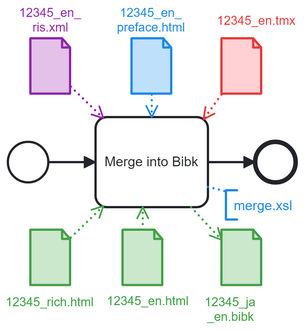
Earlier version of the BPMN export 4-Merge.png (japotrad/blue-sora). Its source is kept beside it as 4-Merge.bpmn. Ids are renumbered.
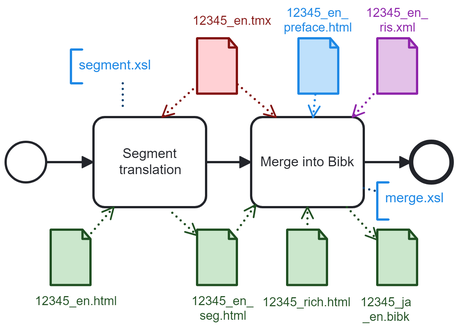
The same diagram one commit later.

Commit message:
In stage 4, add a task to segment the translation. Improve the main README and BPMN diagrams.

What changed in the source:
```diff
@@ -1,7 +1,8 @@
-<bpmn:definitions xmlns:bpmn="http://www.omg.org/spec/BPMN/20100524/MODEL" xmlns:bpmndi="http://www.omg.org/spec/BPMN/20100524/DI" xmlns:dc="http://www.omg.org/spec/DD/20100524/DC" xmlns:bioc="http://bpmn.io/schema/bpmn/biocolor/1.0" xmlns:color="http://www.omg.org/spec/BPMN/non-normative/color/1.0" xmlns:di="http://www.omg.org/spec/DD/20100524/DI" xmlns:modeler="http://camunda.org/schema/modeler/1.0" id="Definitions_n1" targetNamespace="http://bpmn.io/schema/bpmn" exporter="Camunda Modeler" exporterVersion="5.33.1" modeler:executionPlatform="Camunda Cloud" modeler:executionPlatformVersion="8.2.0">
+<bpmn:definitions xmlns:bpmn="http://www.omg.org/spec/BPMN/20100524/MODEL" xmlns:bpmndi="http://www.omg.org/spec/BPMN/20100524/DI" xmlns:dc="http://www.omg.org/spec/DD/20100524/DC" xmlns:bioc="http://bpmn.io/schema/bpmn/biocolor/1.0" xmlns:color="http://www.omg.org/spec/BPMN/non-normative/color/1.0" xmlns:di="http://www.omg.org/spec/DD/20100524/DI" xmlns:modeler="http://camunda.org/schema/modeler/1.0" id="Definitions_n1" targetNamespace="http://bpmn.io/schema/bpmn" exporter="Camunda Modeler" exporterVersion="5.34.0" modeler:executionPlatform="Camunda Cloud" modeler:executionPlatformVersion="8.2.0">
   <bpmn:process id="buildDbk" name="buildDbk" isExecutable="true">
     <bpmn:dataObjectReference id="DataObjectReference_n2" name="12345_en_&#10;preface.html" dataObjectRef="DataObject_n3" />
     <bpmn:dataObjectReference id="DataObjectReference_n4" name="12345_en_&#10;ris.xml" dataObjectRef="DataObject_n5" />
+    <bpmn:dataObjectReference id="DataObjectReference_n30" name="12345_en_&#10;seg.html" dataObjectRef="DataObject_n31" />
     <bpmn:dataObjectReference id="DataObjectReference_n6" name="12345_en.html" dataObjectRef="DataObject_n7" />
     <bpmn:dataObjectReference id="DataObjectReference_n8" name="12345_en.tmx" dataObjectRef="DataObject_n9" />
     <bpmn:dataObjectReference id="DataObjectReference_n10" name="12345_ja&#10;_en.bibk" dataObjectRef="DataObject_n11" />
@@ -11,14 +12,16 @@
     <bpmn:dataObject id="DataObject_n11" />
     <bpmn:dataObject id="DataObject_n7" />
     <bpmn:dataObject id="DataObject_n5" />
+    <bpmn:dataObject id="DataObject_n31" />
     <bpmn:dataObject id="DataObject_n3" />
     <bpmn:endEvent id="Event_n14">
       <bpmn:incoming>Flow_n15</bpmn:incoming>
     </bpmn:endEvent>
+    <bpmn:sequenceFlow id="Flow_n32" sourceRef="StartEvent_1" targetRef="Activity_n33" />
     <bpmn:sequenceFlow id="Flow_n15" sourceRef="Activity_n16" targetRef="Event_n14" />
-    <bpmn:sequenceFlow id="Flow_n17" sourceRef="StartEvent_1" targetRef="Activity_n16" />
+    <bpmn:sequenceFlow id="Flow_n34" sourceRef="Activity_n33" targetRef="Activity_n16" />
     <bpmn:task id="Activity_n16" name="Merge into Bibk">
-      <bpmn:incoming>Flow_n17</bpmn:incoming>
+      <bpmn:incoming>Flow_n34</bpmn:incoming>
       <bpmn:outgoing>Flow_n15</bpmn:outgoing>
       <bpmn:property id="Property_n18" name="__targetRef_placeholder" />
       <bpmn:dataInputAssociation id="DataInputAssociation_n19">
@@ -33,114 +36,168 @@
         <bpmn:sourceRef>DataObjectReference_n12</bpmn:sourceRef>
         <bpmn:targetRef>Property_n18</bpmn:targetRef>
       </bpmn:dataInputAssociation>
-      <bpmn:dataInputAssociation id="DataInputAssociation_n22">
-        <bpmn:sourceRef>DataObjectReference_n6</bpmn:sourceRef>
+      <bpmn:dataInputAssociation id="DataInputAssociation_n23">
+        <bpmn:sourceRef>DataObjectReference_n8</bpmn:sourceRef>
         <bpmn:targetRef>Property_n18</bpmn:targetRef>
       </bpmn:dataInputAssociation>
-      <bpmn:dataInputAssociation id="DataInputAssociation_n23">
-        <bpmn:sourceRef>DataObjectReference_n8</bpmn:sourceRef>
+      <bpmn:dataInputAssociation id="DataInputAssociation_n35">
+        <bpmn:sourceRef>DataObjectReference_n30</bpmn:sourceRef>
         <bpmn:targetRef>Property_n18</bpmn:targetRef>
       </bpmn:dataInputAssociation>
       <bpmn:dataOutputAssociation id="DataOutputAssociation_n24">
         <bpmn:targetRef>DataObjectReference_n10</bpmn:targetRef>
       </bpmn:dataOutputAssociation>
     </bpmn:task>
+    <bpmn:task id="Activity_n33" name="Segment translation">
+      <bpmn:incoming>Flow_n32</bpmn:incoming>
+      <bpmn:outgoing>Flow_n34</bpmn:outgoing>
+      <bpmn:property id="Property_n36" name="__targetRef_placeholder" />
+      <bpmn:dataInputAssociation id="DataInputAssociation_n37">
+        <bpmn:sourceRef>DataObjectReference_n8</bpmn:sourceRef>
+        <bpmn:targetRef>Property_n36</bpmn:targetRef>
+      </bpmn:dataInputAssociation>
+      <bpmn:dataInputAssociation id="DataInputAssociation_n22">
+        <bpmn:sourceRef>DataObjectReference_n6</bpmn:sourceRef>
+        <bpmn:targetRef>Property_n36</bpmn:targetRef>
+      </bpmn:dataInputAssociation>
+      <bpmn:dataOutputAssociation id="DataOutputAssociation_n38">
+        <bpmn:targetRef>DataObjectReference_n30</bpmn:targetRef>
+      </bpmn:dataOutputAssociation>
+    </bpmn:task>
     <bpmn:startEvent id="StartEvent_1">
-      <bpmn:outgoing>Flow_n17</bpmn:outgoing>
+      <bpmn:outgoing>Flow_n32</bpmn:outgoing>
     </bpmn:startEvent>
     <bpmn:association id="Association_n25" sourceRef="Activity_n16" targetRef="TextAnnotation_n26" />
     <bpmn:textAnnotation id="TextAnnotation_n26">
       <bpmn:text>merge.xsl</bpmn:text>
     </bpmn:textAnnotation>
+    <bpmn:textAnnotation id="TextAnnotation_n39">
+      <bpmn:text>segment.xsl</bpmn:text>
+    </bpmn:textAnnotation>
+    <bpmn:association id="Association_n40" associationDirection="None" sourceRef="TextAnnotation_n39" targetRef="Activity_n33" />
   </bpmn:process>
   <bpmndi:BPMNDiagram id="BPMNDiagram_1">
     <bpmndi:BPMNPlane id="BPMNPlane_1" bpmnElement="buildDbk">
-      <bpmndi:BPMNShape id="DataObjectReference_n2_di" bpmnElement="DataObjectReference_n2" bioc:stroke="#1e88e5" bioc:fill="#bbdefb" color:background-color="#bbdefb" color:border-color="#1e88e5">
-        <dc:Bounds x="272" y="125" width="36" height="50" />
-        <bpmndi:BPMNLabel color:color="#1e88e5">
-          <dc:Bounds x="259" y="96" width="61" height="27" />
+      <bpmndi:BPMNShape id="BPMNShape_n29" bpmnElement="DataObjectReference_n10" bioc:stroke="#205022" bioc:fill="#c8e6c9" color:background-color="#c8e6c9" color:border-color="#205022">
+        <dc:Bounds x="482" y="295" width="36" height="50" />
+        <bpmndi:BPMNLabel color:color="#205022">
+          <dc:Bounds x="467" y="353" width="46" height="27" />
+        </bpmndi:BPMNLabel>
+      </bpmndi:BPMNShape>
+      <bpmndi:BPMNShape id="Event_n14_di" bpmnElement="Event_n14">
+        <dc:Bounds x="512" y="217" width="36" height="36" />
+      </bpmndi:BPMNShape>
+      <bpmndi:BPMNShape id="Activity_n16_di" bpmnElement="Activity_n16">
+        <dc:Bounds x="370" y="195" width="100" height="80" />
+        <bpmndi:BPMNLabel />
+      </bpmndi:BPMNShape>
+      <bpmndi:BPMNShape id="Activity_n33_di" bpmnElement="Activity_n33">
+        <dc:Bounds x="230" y="195" width="100" height="80" />
+        <bpmndi:BPMNLabel />
+      </bpmndi:BPMNShape>
+      <bpmndi:BPMNShape id="_BPMNShape_StartEvent_2" bpmnElement="StartEvent_1">
+        <dc:Bounds x="152" y="217" width="36" height="36" />
+      </bpmndi:BPMNShape>
+      <bpmndi:BPMNShape id="BPMNShape_n27" bpmnElement="DataObjectReference_n6" bioc:stroke="#205022" bioc:fill="#c8e6c9" color:background-color="#c8e6c9" color:border-color="#205022">
+        <dc:Bounds x="192" y="295" width="36" height="50" />
+        <bpmndi:BPMNLabel color:color="#205022">
+          <dc:Bounds x="178" y="352" width="74" height="14" />
+        </bpmndi:BPMNLabel>
+      </bpmndi:BPMNShape>
+      <bpmndi:BPMNShape id="DataObjectReference_n12_di" bpmnElement="DataObjectReference_n12" bioc:stroke="#205022" bioc:fill="#c8e6c9" color:background-color="#c8e6c9" color:border-color="#205022">
+        <dc:Bounds x="402" y="295" width="36" height="50" />
+        <bpmndi:BPMNLabel color:color="#205022">
+          <dc:Bounds x="380" y="353" width="79" height="14" />
         </bpmndi:BPMNLabel>
       </bpmndi:BPMNShape>
       <bpmndi:BPMNShape id="DataObjectReference_n4_di" bpmnElement="DataObjectReference_n4" bioc:stroke="#8e24aa" bioc:fill="#e1bee7" color:background-color="#e1bee7" color:border-color="#8e24aa">
-        <dc:Bounds x="182" y="125" width="36" height="50" />
+        <dc:Bounds x="482" y="125" width="36" height="50" />
         <bpmndi:BPMNLabel color:color="#8e24aa">
-          <dc:Bounds x="172" y="96" width="56" height="27" />
+          <dc:Bounds x="472" y="96" width="57" height="27" />
         </bpmndi:BPMNLabel>
       </bpmndi:BPMNShape>
-      <bpmndi:BPMNShape id="BPMNShape_n27" bpmnElement="DataObjectReference_n6" bioc:stroke="#43a047" bioc:fill="#c8e6c9" color:background-color="#c8e6c9" color:border-color="#43a047">
-        <dc:Bounds x="264" y="295" width="36" height="50" />
-        <bpmndi:BPMNLabel color:color="#43a047">
-          <dc:Bounds x="250" y="352" width="73" height="14" />
+      <bpmndi:BPMNShape id="BPMNShape_n28" bpmnElement="DataObjectReference_n8" bioc:stroke="#831311" bioc:fill="#ffcdd2" color:background-color="#ffcdd2" color:border-color="#831311">
+        <dc:Bounds x="322" y="125" width="36" height="50" />
+        <bpmndi:BPMNLabel>
+          <dc:Bounds x="318" y="103" width="71" height="14" />
         </bpmndi:BPMNLabel>
       </bpmndi:BPMNShape>
-      <bpmndi:BPMNShape id="BPMNShape_n28" bpmnElement="DataObjectReference_n8" bioc:stroke="#e53935" bioc:fill="#ffcdd2" color:background-color="#ffcdd2" color:border-color="#e53935">
-        <dc:Bounds x="352" y="125" width="36" height="50" />
-        <bpmndi:BPMNLabel>
-          <dc:Bounds x="348" y="103" width="71" height="14" />
+      <bpmndi:BPMNShape id="BPMNShape_n41" bpmnElement="DataObjectReference_n30" bioc:stroke="#205022" bioc:fill="#c8e6c9" color:background-color="#c8e6c9" color:border-color="#205022">
+        <dc:Bounds x="322" y="295" width="36" height="50" />
+        <bpmndi:BPMNLabel color:color="#205022">
+          <dc:Bounds x="317" y="352" width="57" height="27" />
         </bpmndi:BPMNLabel>
       </bpmndi:BPMNShape>
-      <bpmndi:BPMNShape id="BPMNShape_n29" bpmnElement="DataObjectReference_n10" bioc:stroke="#43a047" bioc:fill="#c8e6c9" color:background-color="#c8e6c9" color:border-color="#43a047">
-        <dc:Bounds x="352" y="295" width="36" height="50" />
-        <bpmndi:BPMNLabel color:color="#43a047">
-          <dc:Bounds x="337" y="353" width="46" height="27" />
+      <bpmndi:BPMNShape id="DataObjectReference_n2_di" bpmnElement="DataObjectReference_n2" bioc:stroke="#1e88e5" bioc:fill="#bbdefb" color:background-color="#bbdefb" color:border-color="#1e88e5">
+        <dc:Bounds x="412" y="125" width="36" height="50" />
+        <bpmndi:BPMNLabel color:color="#1e88e5">
+          <dc:Bounds x="399" y="96" width="61" height="27" />
         </bpmndi:BPMNLabel>
       </bpmndi:BPMNShape>
-      <bpmndi:BPMNShape id="DataObjectReference_n12_di" bpmnElement="DataObjectReference_n12" bioc:stroke="#43a047" bioc:fill="#c8e6c9" color:background-color="#c8e6c9" color:border-color="#43a047">
-        <dc:Bounds x="182" y="295" width="36" height="50" />
-        <bpmndi:BPMNLabel>
-          <dc:Bounds x="160" y="353" width="79" height="14" />
-        </bpmndi:BPMNLabel>
-      </bpmndi:BPMNShape>
-      <bpmndi:BPMNShape id="Event_n14_di" bpmnElement="Event_n14">
-        <dc:Bounds x="382" y="217" width="36" height="36" />
-      </bpmndi:BPMNShape>
-      <bpmndi:BPMNShape id="Activity_n16_di" bpmnElement="Activity_n16">
-        <dc:Bounds x="240" y="195" width="100" height="80" />
+      <bpmndi:BPMNEdge id="Association_n40_di" bpmnElement="Association_n40" bioc:stroke="#0d4372" color:border-color="#0d4372">
+        <di:waypoint x="256" y="165" />
+        <di:waypoint x="256" y="190" />
+      </bpmndi:BPMNEdge>
+      <bpmndi:BPMNShape id="TextAnnotation_n26_di" bpmnElement="TextAnnotation_n26" bioc:stroke="#1e88e5" bioc:fill="#bbdefb" color:background-color="#bbdefb" color:border-color="#1e88e5">
+        <dc:Bounds x="482" y="253" width="72" height="33" />
         <bpmndi:BPMNLabel />
       </bpmndi:BPMNShape>
-      <bpmndi:BPMNShape id="_BPMNShape_StartEvent_2" bpmnElement="StartEvent_1">
-        <dc:Bounds x="162" y="217" width="36" height="36" />
-      </bpmndi:BPMNShape>
-      <bpmndi:BPMNEdge id="Association_n25_di" bpmnElement="Association_n25" bioc:stroke="#1e88e5" color:border-color="#1e88e5">
-        <di:waypoint x="340" y="257" />
-        <di:waypoint x="356" y="261" />
+      <bpmndi:BPMNEdge id="Flow_n15_di" bpmnElement="Flow_n15">
+        <di:waypoint x="470" y="235" />
+        <di:waypoint x="512" y="235" />
       </bpmndi:BPMNEdge>
-      <bpmndi:BPMNShape id="TextAnnotation_n26_di" bpmnElement="TextAnnotation_n26" bioc:stroke="#1e88e5" bioc:fill="#bbdefb" color:background-color="#bbdefb" color:border-color="#1e88e5">
-        <dc:Bounds x="356" y="260" width="68" height="26" />
+      <bpmndi:BPMNEdge id="DataInputAssociation_n19_di" bpmnElement="DataInputAssociation_n19" bioc:stroke="#1e88e5" color:border-color="#1e88e5">
+        <di:waypoint x="427" y="175" />
+        <di:waypoint x="425" y="195" />
+      </bpmndi:BPMNEdge>
+      <bpmndi:BPMNEdge id="DataInputAssociation_n20_di" bpmnElement="DataInputAssociation_n20" bioc:stroke="#8e24aa" color:border-color="#8e24aa">
+        <di:waypoint x="482" y="171" />
+        <di:waypoint x="460" y="195" />
+      </bpmndi:BPMNEdge>
+      <bpmndi:BPMNEdge id="DataInputAssociation_n21_di" bpmnElement="DataInputAssociation_n21" bioc:stroke="#205022" color:border-color="#205022">
+        <di:waypoint x="420" y="295" />
+        <di:waypoint x="420" y="275" />
+      </bpmndi:BPMNEdge>
+      <bpmndi:BPMNEdge id="DataInputAssociation_n22_di" bpmnElement="DataInputAssociation_n22" bioc:stroke="#205022" color:border-color="#205022">
+        <di:waypoint x="228" y="298" />
+        <di:waypoint x="248" y="275" />
+      </bpmndi:BPMNEdge>
+      <bpmndi:BPMNEdge id="DataInputAssociation_n23_di" bpmnElement="DataInputAssociation_n23" bioc:stroke="#831311" color:border-color="#831311">
+        <di:waypoint x="358" y="166" />
+        <di:waypoint x="392" y="195" />
+      </bpmndi:BPMNEdge>
+      <bpmndi:BPMNEdge id="DataOutputAssociation_n24_di" bpmnElement="DataOutputAssociation_n24" bioc:stroke="#205022" color:border-color="#205022">
+        <di:waypoint x="455" y="275" />
+        <di:waypoint x="482" y="304" />
+      </bpmndi:BPMNEdge>
+      <bpmndi:BPMNEdge id="Association_n25_di" bpmnElement="Association_n25" bioc:stroke="#0d4372" color:border-color="#0d4372">
+        <di:waypoint x="470" y="258" />
+        <di:waypoint x="482" y="261" />
+      </bpmndi:BPMNEdge>
+      <bpmndi:BPMNEdge id="Flow_n32_di" bpmnElement="Flow_n32">
+        <di:waypoint x="188" y="235" />
+        <di:waypoint x="230" y="235" />
+      </bpmndi:BPMNEdge>
+      <bpmndi:BPMNEdge id="Flow_n34_di" bpmnElement="Flow_n34">
+        <di:waypoint x="330" y="235" />
+        <di:waypoint x="370" y="235" />
+      </bpmndi:BPMNEdge>
+      <bpmndi:BPMNEdge id="DataInputAssociation_n35_di" bpmnElement="DataInputAssociation_n35" bioc:stroke="#205022" color:border-color="#205022">
+        <di:waypoint x="358" y="295" />
+        <di:waypoint x="374" y="273" />
+      </bpmndi:BPMNEdge>
+      <bpmndi:BPMNEdge id="DataOutputAssociation_n38_di" bpmnElement="DataOutputAssociation_n38" bioc:stroke="#205022" color:border-color="#205022">
+        <di:waypoint x="300" y="280" />
+        <di:waypoint x="322" y="300" />
+      </bpmndi:BPMNEdge>
+      <bpmndi:BPMNEdge id="DataInputAssociation_n37_di" bpmnElement="DataInputAssociation_n37" bioc:stroke="#831311" color:border-color="#831311">
+        <di:waypoint x="322" y="167" />
+        <di:waypoint x="291" y="195" />
+      </bpmndi:BPMNEdge>
+      <bpmndi:BPMNShape id="BPMNShape_n42" bpmnElement="TextAnnotation_n39" bioc:stroke="#1e88e5" bioc:fill="#bbdefb" color:background-color="#bbdefb" color:border-color="#1e88e5">
+        <dc:Bounds x="210" y="135" width="92" height="30" />
         <bpmndi:BPMNLabel />
       </bpmndi:BPMNShape>
-      <bpmndi:BPMNEdge id="DataInputAssociation_n19_di" bpmnElement="DataInputAssociation_n19" bioc:stroke="#1e88e5" color:border-color="#1e88e5">
-        <di:waypoint x="290" y="175" />
-        <di:waypoint x="290" y="195" />
-      </bpmndi:BPMNEdge>
-      <bpmndi:BPMNEdge id="DataInputAssociation_n20_di" bpmnElement="DataInputAssociation_n20" bioc:stroke="#8e24aa" color:border-color="#8e24aa">
-        <di:waypoint x="218" y="168" />
-        <di:waypoint x="247" y="196" />
-      </bpmndi:BPMNEdge>
-      <bpmndi:BPMNEdge id="DataInputAssociation_n22_di" bpmnElement="DataInputAssociation_n22" bioc:stroke="#43a047" color:border-color="#43a047">
-        <di:waypoint x="282" y="295" />
-        <di:waypoint x="282" y="275" />
-      </bpmndi:BPMNEdge>
-      <bpmndi:BPMNEdge id="DataInputAssociation_n23_di" bpmnElement="DataInputAssociation_n23" bioc:stroke="#e53935" color:border-color="#e53935">
-        <di:waypoint x="352" y="175" />
-        <di:waypoint x="336" y="197" />
-      </bpmndi:BPMNEdge>
-      <bpmndi:BPMNEdge id="DataOutputAssociation_n24_di" bpmnElement="DataOutputAssociation_n24" bioc:stroke="#43a047" color:border-color="#43a047">
-        <di:waypoint x="325" y="275" />
-        <di:waypoint x="352" y="304" />
-      </bpmndi:BPMNEdge>
-      <bpmndi:BPMNEdge id="DataInputAssociation_n21_di" bpmnElement="DataInputAssociation_n21" bioc:stroke="#43a047" color:border-color="#43a047">
-        <di:waypoint x="218" y="302" />
-        <di:waypoint x="247" y="274" />
-      </bpmndi:BPMNEdge>
-      <bpmndi:BPMNEdge id="Flow_n15_di" bpmnElement="Flow_n15">
-        <di:waypoint x="340" y="235" />
-        <di:waypoint x="382" y="235" />
-      </bpmndi:BPMNEdge>
-      <bpmndi:BPMNEdge id="Flow_n17_di" bpmnElement="Flow_n17">
-        <di:waypoint x="198" y="235" />
-        <di:waypoint x="240" y="235" />
-      </bpmndi:BPMNEdge>
     </bpmndi:BPMNPlane>
   </bpmndi:BPMNDiagram>
 </bpmn:definitions>
```
